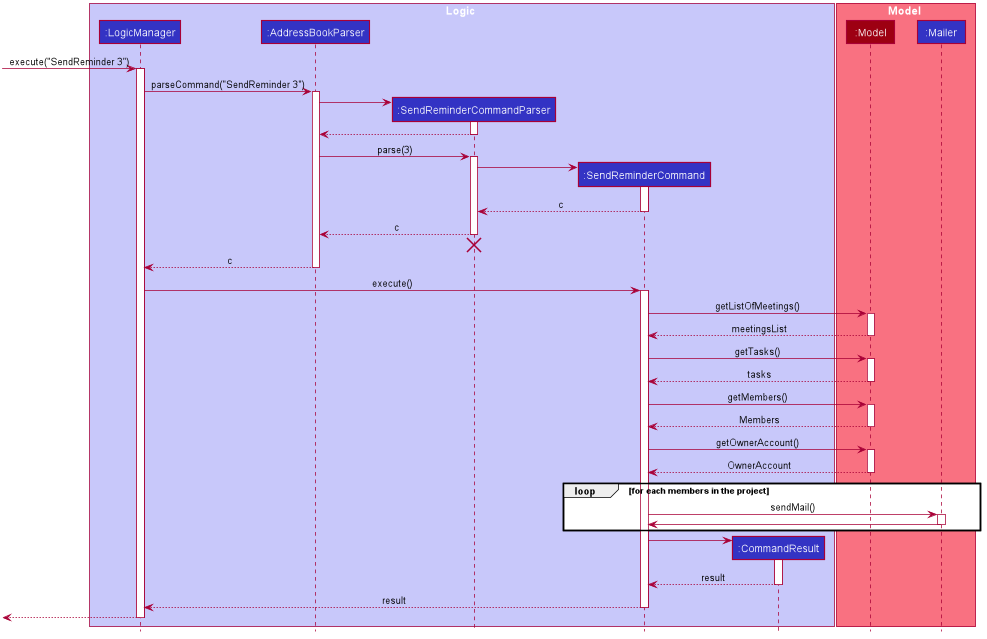
Before: docs/images/SendReminderSequenceDiagram.png, a diagram exported from PlantUML (nus-cs2103-AY1920S1/addressbook-level3).
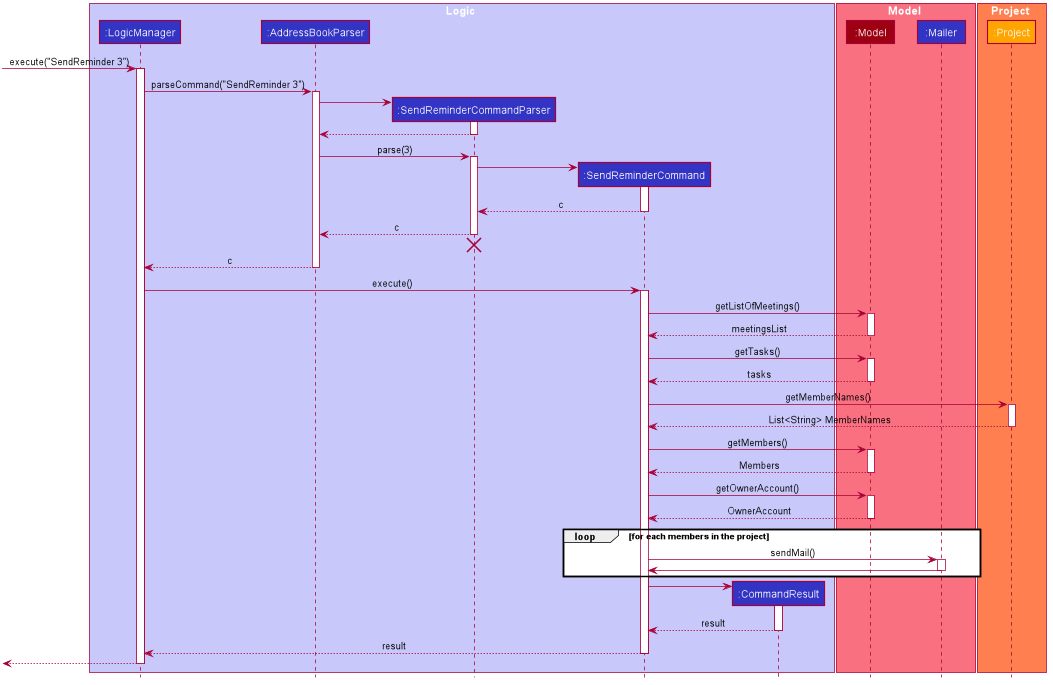
After the commit.

The edit, as a diff of the source:
```diff
@@ -1,4 +1,5 @@
 @startuml
+
 
 
 
@@ -61,6 +62,10 @@
 participant ":Mailer" as Mailer #3333C4
 end box
 
+box Project #FF7F50
+participant ":Project" as Project #FFA500
+end box
+
 [-> LogicManager : execute("SendReminder 3")
 activate LogicManager
 
@@ -107,6 +112,12 @@
 Model --> SendReminderCommand : tasks
 deactivate Model
 
+SendReminderCommand -> Project : getMemberNames()
+activate Project
+
+Project--> SendReminderCommand : List<String> MemberNames
+deactivate Project
+
 SendReminderCommand -> Model : getMembers()
 activate Model
 
```
